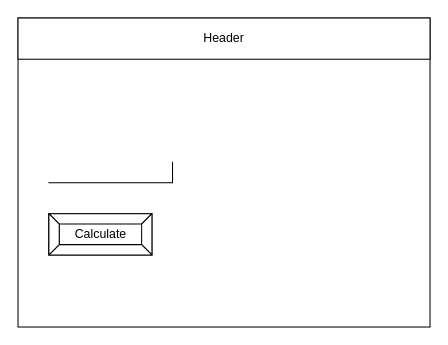
The draw.io diagram design/story-board.drawio in Alex-Nelson-1/ICS2O-ASSIGNMENT-4-CANDY-STORE, before the edit. Source tidied: cells renumbered, new cells numbered last; positions are measured from the earlier drawing's top-left corner, leaving out a move shared by most shapes. Both pictures are drawn from the tidied source at 103%, with x=0, y=0 at pixel (18, 18).
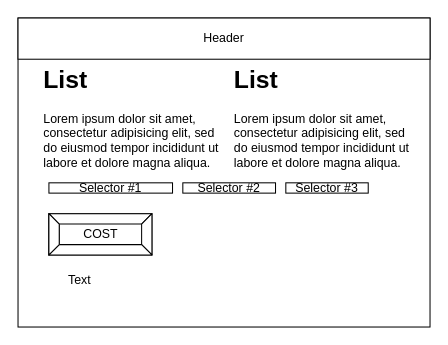
The same page after the edit.

Commit message (it also covers changes not shown here):
Storyboard and flowchart

The edit, as a diff of the source:
```diff
@@
 <mxGraphModel>
   <root>
     <mxCell id="0" />
     <mxCell id="1" parent="0" />
     <mxCell id="2" style="rounded=0;whiteSpace=wrap;html=1;" parent="1" vertex="1">
       <mxGeometry width="400" height="300" as="geometry" />
     </mxCell>
     <mxCell id="3" value="Header" style="rounded=0;whiteSpace=wrap;html=1;" parent="1" vertex="1">
       <mxGeometry width="400" height="40" as="geometry" />
     </mxCell>
-    <mxCell id="4" style="shape=partialRectangle;whiteSpace=wrap;html=1;top=0;left=0;fillColor=none;" parent="1" vertex="1">
-      <mxGeometry x="30" y="140" width="120" height="20" as="geometry" />
-    </mxCell>
-    <mxCell id="5" value="Calculate" style="labelPosition=center;verticalLabelPosition=middle;align=center;html=1;shape=mxgraph.basic.button;dx=10;" parent="1" vertex="1">
+    <mxCell id="5" value="COST" style="labelPosition=center;verticalLabelPosition=middle;align=center;html=1;shape=mxgraph.basic.button;dx=10;" parent="1" vertex="1">
       <mxGeometry x="30" y="190" width="100" height="40" as="geometry" />
     </mxCell>
+    <mxCell id="6" value="Selector #1" style="rounded=0;whiteSpace=wrap;html=1;" parent="1" vertex="1">
+      <mxGeometry x="30" y="160" width="120" height="10" as="geometry" />
+    </mxCell>
+    <mxCell id="7" value="Selector #2" style="rounded=0;whiteSpace=wrap;html=1;" parent="1" vertex="1">
+      <mxGeometry x="160" y="160" width="90" height="10" as="geometry" />
+    </mxCell>
+    <mxCell id="8" value="Selector #3" style="rounded=0;whiteSpace=wrap;html=1;" parent="1" vertex="1">
+      <mxGeometry x="260" y="160" width="80" height="10" as="geometry" />
+    </mxCell>
+    <mxCell id="9" value="&lt;h1&gt;List&lt;/h1&gt;&lt;p&gt;Lorem ipsum dolor sit amet, consectetur adipisicing elit, sed do eiusmod tempor incididunt ut labore et dolore magna aliqua.&lt;/p&gt;" style="text;html=1;strokeColor=none;fillColor=none;spacing=5;spacingTop=-20;whiteSpace=wrap;overflow=hidden;rounded=0;" parent="1" vertex="1">
+      <mxGeometry x="20" y="40" width="190" height="120" as="geometry" />
+    </mxCell>
+    <mxCell id="10" value="&lt;h1&gt;List&lt;/h1&gt;&lt;p&gt;Lorem ipsum dolor sit amet, consectetur adipisicing elit, sed do eiusmod tempor incididunt ut labore et dolore magna aliqua.&lt;/p&gt;" style="text;html=1;strokeColor=none;fillColor=none;spacing=5;spacingTop=-20;whiteSpace=wrap;overflow=hidden;rounded=0;" parent="1" vertex="1">
+      <mxGeometry x="205" y="40" width="190" height="120" as="geometry" />
+    </mxCell>
+    <mxCell id="11" value="Text" style="text;html=1;strokeColor=none;fillColor=none;align=center;verticalAlign=middle;whiteSpace=wrap;rounded=0;" parent="1" vertex="1">
+      <mxGeometry x="30" y="240" width="60" height="30" as="geometry" />
+    </mxCell>
   </root>
 </mxGraphModel>
```
